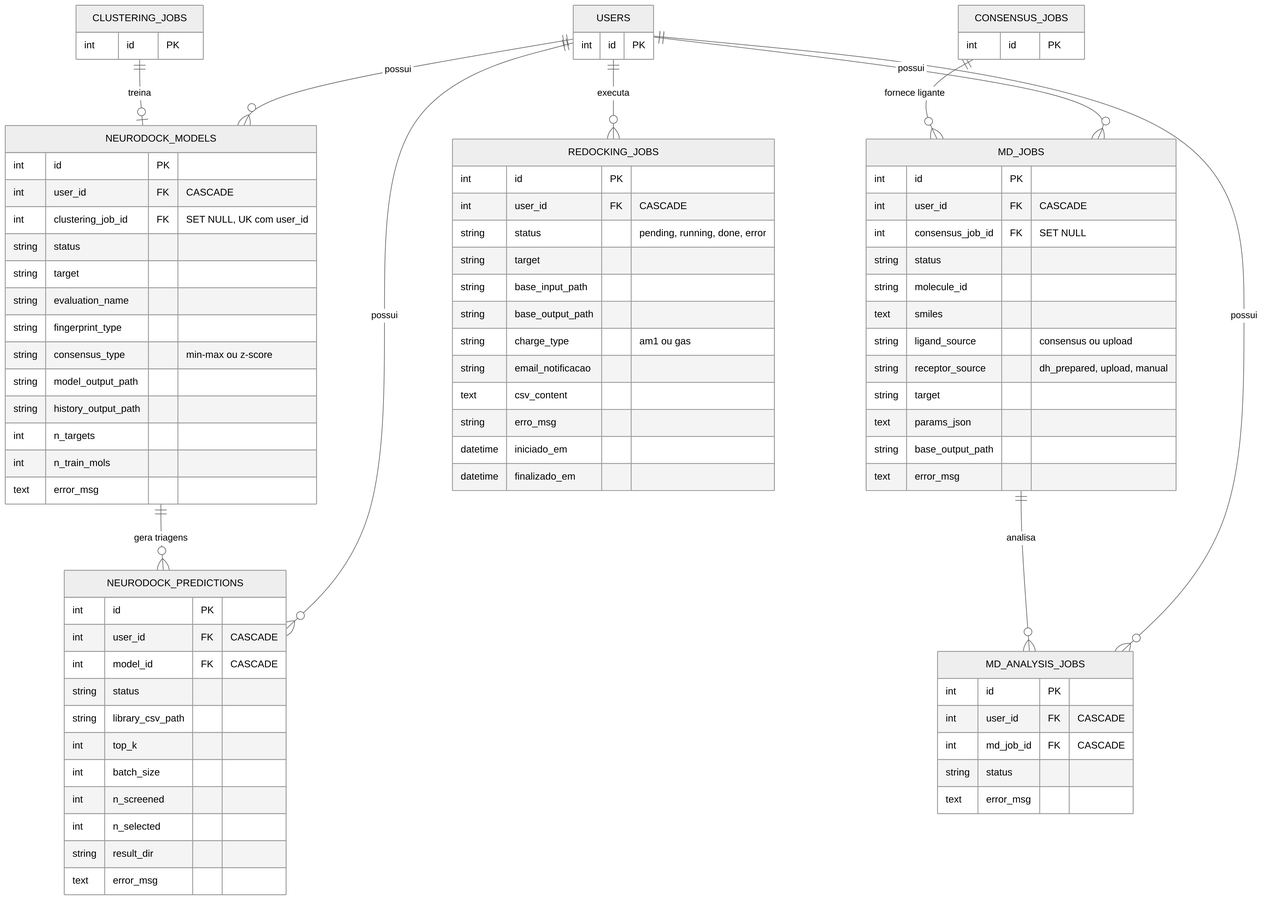
The Mermaid diagram docs/assets/diagramas/png/10-er-pipeline-b.png in Letolsilva/DrugHunter-Studio, before a commit. Its source is kept beside it as docs/diagramas/src/10-er-pipeline-b.mmd. Source of this version:
```mermaid
erDiagram
    NEURODOCK_MODELS {
        int id PK
        int user_id FK "CASCADE"
        int clustering_job_id FK "SET NULL, UK com user_id"
        string status
        string target
        string evaluation_name
        string fingerprint_type
        string consensus_type "min-max ou z-score"
        string model_output_path
        string history_output_path
        int n_targets
        int n_train_mols
        text error_msg
    }
    NEURODOCK_PREDICTIONS {
        int id PK
        int user_id FK "CASCADE"
        int model_id FK "CASCADE"
        string status
        string library_csv_path
        int top_k
        int batch_size
        int n_screened
        int n_selected
        string result_dir
        text error_msg
    }
    MD_JOBS {
        int id PK
        int user_id FK "CASCADE"
        int consensus_job_id FK "SET NULL"
        string status
        string molecule_id
        text smiles
        string ligand_source "consensus ou upload"
        string receptor_source "dh_prepared, upload, manual"
        string target
        text params_json
        string base_output_path
        text error_msg
    }
    MD_ANALYSIS_JOBS {
        int id PK
        int user_id FK "CASCADE"
        int md_job_id FK "CASCADE"
        string status
        text error_msg
    }
    REDOCKING_JOBS {
        int id PK
        int user_id FK "CASCADE"
        string status "pending, running, done, error"
        string target
        string base_input_path
        string base_output_path
        string charge_type "am1 ou gas"
        string email_notificacao
        text csv_content
        string erro_msg
        datetime iniciado_em
        datetime finalizado_em
    }
    USERS {
        int id PK
    }
    CLUSTERING_JOBS {
        int id PK
    }
    CONSENSUS_JOBS {
        int id PK
    }
    USERS ||--o{ REDOCKING_JOBS : executa
    CLUSTERING_JOBS ||--o| NEURODOCK_MODELS : treina
    NEURODOCK_MODELS ||--o{ NEURODOCK_PREDICTIONS : "gera triagens"
    CONSENSUS_JOBS ||--o{ MD_JOBS : "fornece ligante"
    MD_JOBS ||--o{ MD_ANALYSIS_JOBS : analisa
    USERS ||--o{ NEURODOCK_MODELS : possui
    USERS ||--o{ NEURODOCK_PREDICTIONS : possui
    USERS ||--o{ MD_JOBS : possui
    USERS ||--o{ MD_ANALYSIS_JOBS : possui
```
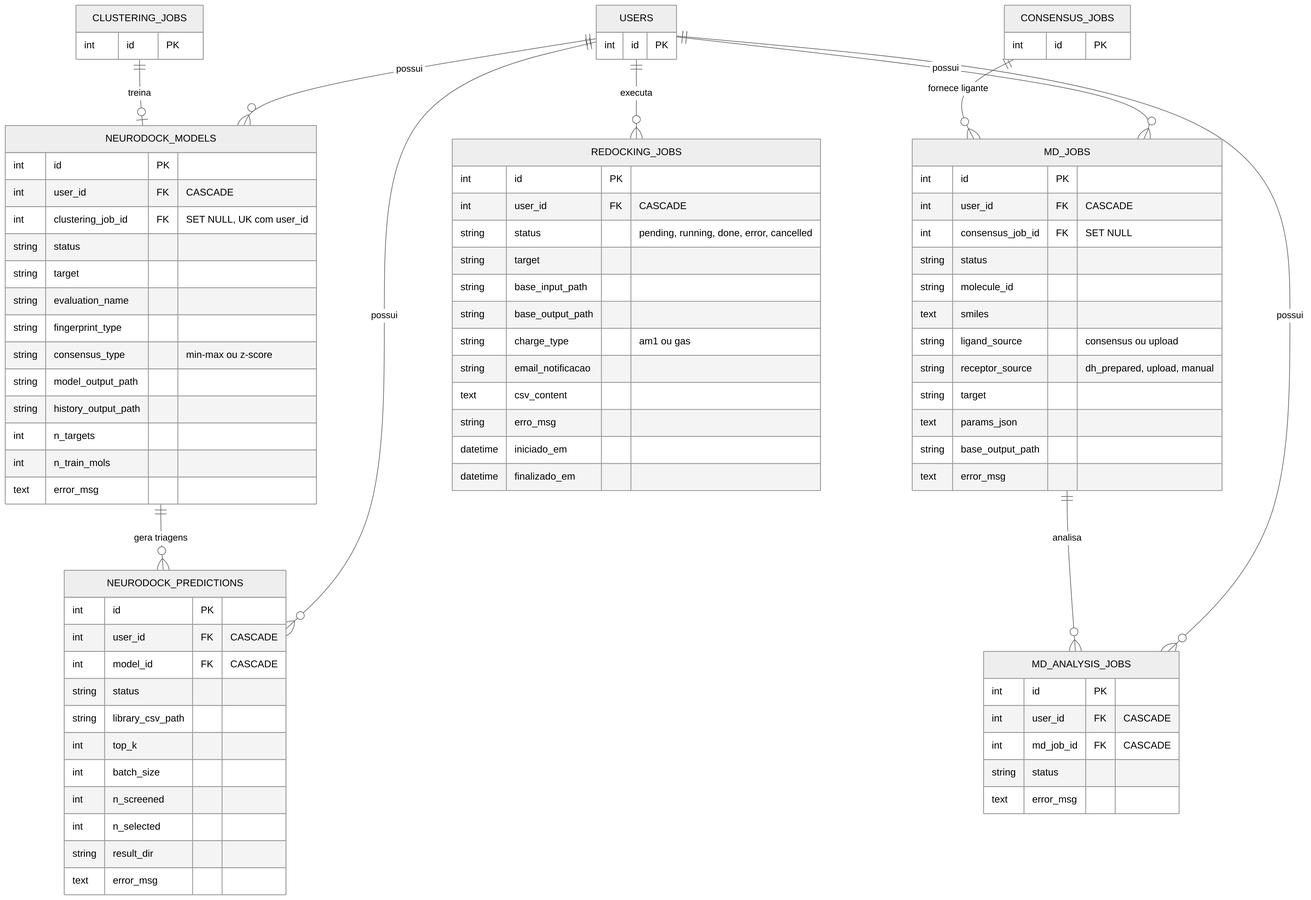
The same diagram one commit later.

Change to the diagram source:
```diff
@@ -51,7 +51,7 @@
     REDOCKING_JOBS {
         int id PK
         int user_id FK "CASCADE"
-        string status "pending, running, done, error"
+        string status "pending, running, done, error, cancelled"
         string target
         string base_input_path
         string base_output_path
```
